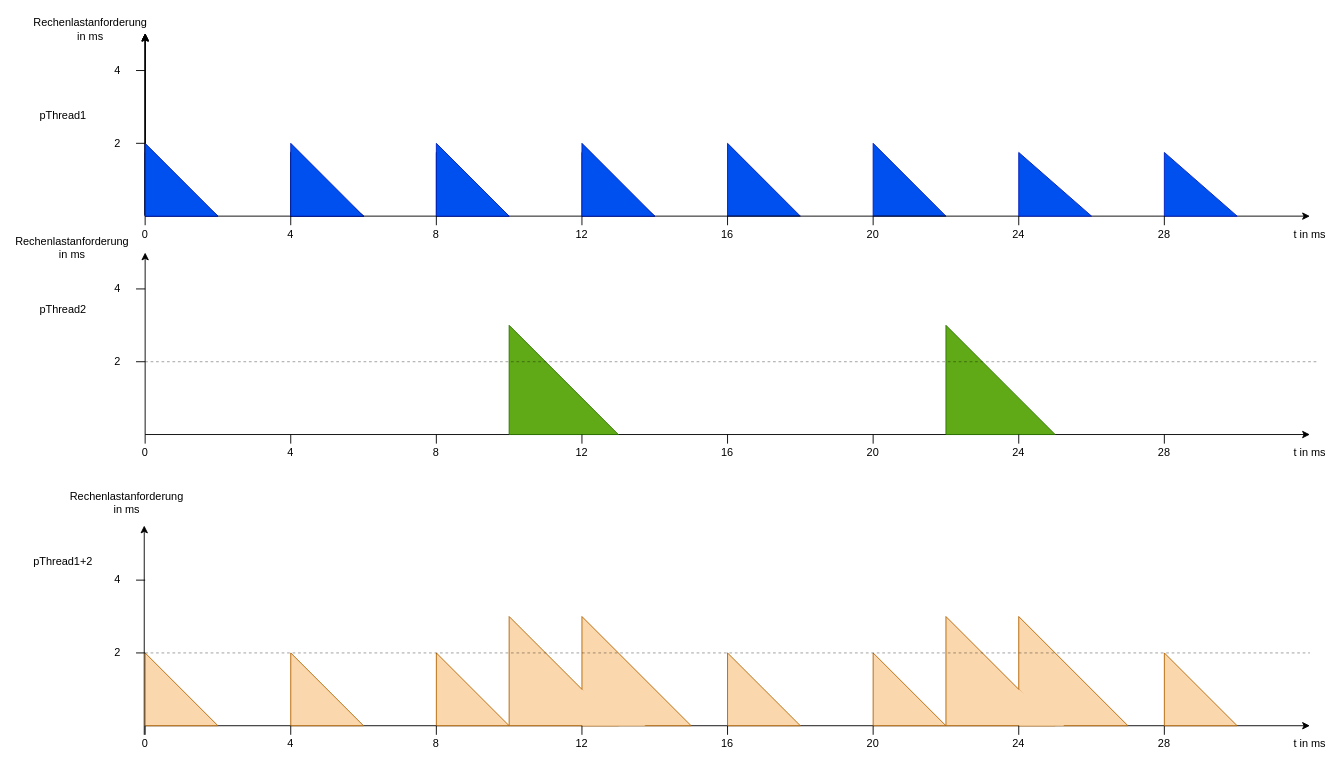
This is Realtime/Echtzeit.drawio from EduardBartolovic/EmbeddedClass, a draw.io file, before an edit. Source tidied: cells renumbered, new cells numbered last; positions are measured from the earlier drawing's top-left corner, leaving out a move shared by most shapes. Both pictures are drawn from the tidied source at 91%, with x=0, y=0 at pixel (26, 15).
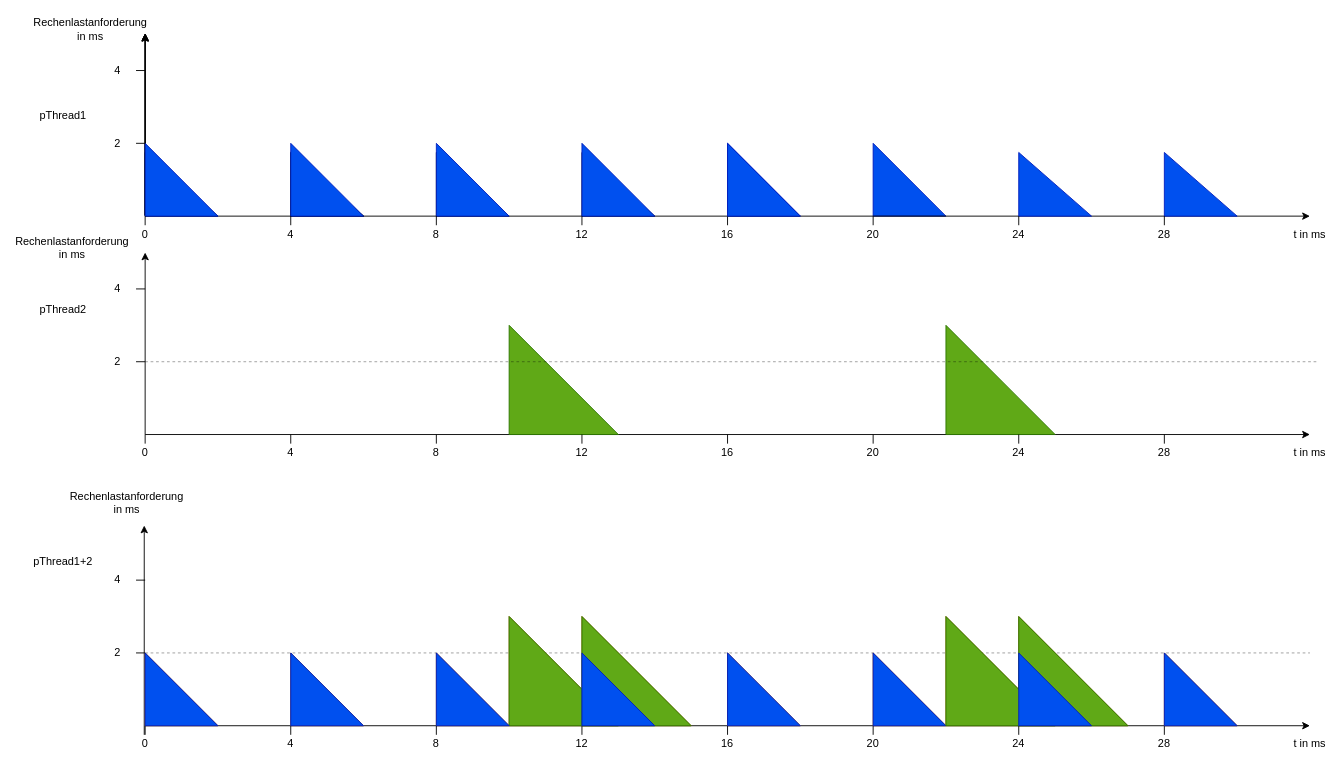
Above is the later version.

The edit, as a diff of the source:
```diff
@@
+    <mxCell id="109" style="verticalLabelPosition=bottom;verticalAlign=top;html=1;shape=mxgraph.basic.orthogonal_triangle;fillColor=#60a917;strokeColor=#2D7600;fontColor=#ffffff;" parent="1" vertex="1">
+      <mxGeometry x="530" y="660" width="120" height="120" as="geometry" />
+    </mxCell>
+    <mxCell id="110" style="verticalLabelPosition=bottom;verticalAlign=top;html=1;shape=mxgraph.basic.orthogonal_triangle;fillColor=#60a917;strokeColor=#2D7600;fontColor=#ffffff;" parent="1" vertex="1">
+      <mxGeometry x="610" y="660" width="120" height="120" as="geometry" />
+    </mxCell>
+    <mxCell id="111" style="verticalLabelPosition=bottom;verticalAlign=top;html=1;shape=mxgraph.basic.orthogonal_triangle;fillColor=#0050ef;strokeColor=#001DBC;fontColor=#ffffff;" parent="1" vertex="1">
+      <mxGeometry x="610" y="700" width="80" height="80" as="geometry" />
+    </mxCell>
+    <mxCell id="112" style="verticalLabelPosition=bottom;verticalAlign=top;html=1;shape=mxgraph.basic.orthogonal_triangle;fillColor=#0050ef;strokeColor=#001DBC;fontColor=#ffffff;" parent="1" vertex="1">
+      <mxGeometry x="450" y="700" width="80" height="80" as="geometry" />
+    </mxCell>
+    <mxCell id="113" style="verticalLabelPosition=bottom;verticalAlign=top;html=1;shape=mxgraph.basic.orthogonal_triangle;fillColor=#0050ef;strokeColor=#001DBC;fontColor=#ffffff;" parent="1" vertex="1">
+      <mxGeometry x="770" y="700" width="80" height="80" as="geometry" />
+    </mxCell>
+    <mxCell id="114" style="verticalLabelPosition=bottom;verticalAlign=top;html=1;shape=mxgraph.basic.orthogonal_triangle;fillColor=#0050ef;strokeColor=#001DBC;fontColor=#ffffff;" parent="1" vertex="1">
+      <mxGeometry x="130" y="700" width="80" height="80" as="geometry" />
+    </mxCell>
+    <mxCell id="115" style="verticalLabelPosition=bottom;verticalAlign=top;html=1;shape=mxgraph.basic.orthogonal_triangle;fillColor=#0050ef;strokeColor=#001DBC;fontColor=#ffffff;" parent="1" vertex="1">
+      <mxGeometry x="290" y="700" width="80" height="80" as="geometry" />
+    </mxCell>
+    <mxCell id="116" style="verticalLabelPosition=bottom;verticalAlign=top;html=1;shape=mxgraph.basic.orthogonal_triangle;fillColor=#0050ef;strokeColor=#001DBC;fontColor=#ffffff;" parent="1" vertex="1">
+      <mxGeometry x="770" y="140" width="80" height="80" as="geometry" />
+    </mxCell>
+    <mxCell id="117" style="verticalLabelPosition=bottom;verticalAlign=top;html=1;shape=mxgraph.basic.orthogonal_triangle;fillColor=#0050ef;strokeColor=#001DBC;fontColor=#ffffff;" parent="1" vertex="1">
+      <mxGeometry x="1250" y="700" width="80" height="80" as="geometry" />
+    </mxCell>
+    <mxCell id="118" style="verticalLabelPosition=bottom;verticalAlign=top;html=1;shape=mxgraph.basic.orthogonal_triangle;fillColor=#0050ef;strokeColor=#001DBC;fontColor=#ffffff;" parent="1" vertex="1">
+      <mxGeometry x="930" y="700" width="80" height="80" as="geometry" />
+    </mxCell>
+    <mxCell id="119" style="verticalLabelPosition=bottom;verticalAlign=top;html=1;shape=mxgraph.basic.orthogonal_triangle;fillColor=#60a917;strokeColor=#2D7600;fontColor=#ffffff;" parent="1" vertex="1">
+      <mxGeometry x="1090" y="660" width="120" height="120" as="geometry" />
+    </mxCell>
+    <mxCell id="120" style="verticalLabelPosition=bottom;verticalAlign=top;html=1;shape=mxgraph.basic.orthogonal_triangle;fillColor=#60a917;strokeColor=#2D7600;fontColor=#ffffff;" parent="1" vertex="1">
+      <mxGeometry x="1010" y="660" width="120" height="120" as="geometry" />
+    </mxCell>
+    <mxCell id="121" style="verticalLabelPosition=bottom;verticalAlign=top;html=1;shape=mxgraph.basic.orthogonal_triangle;fillColor=#0050ef;strokeColor=#001DBC;fontColor=#ffffff;" parent="1" vertex="1">
+      <mxGeometry x="1090" y="700" width="80" height="80" as="geometry" />
+    </mxCell>
```
